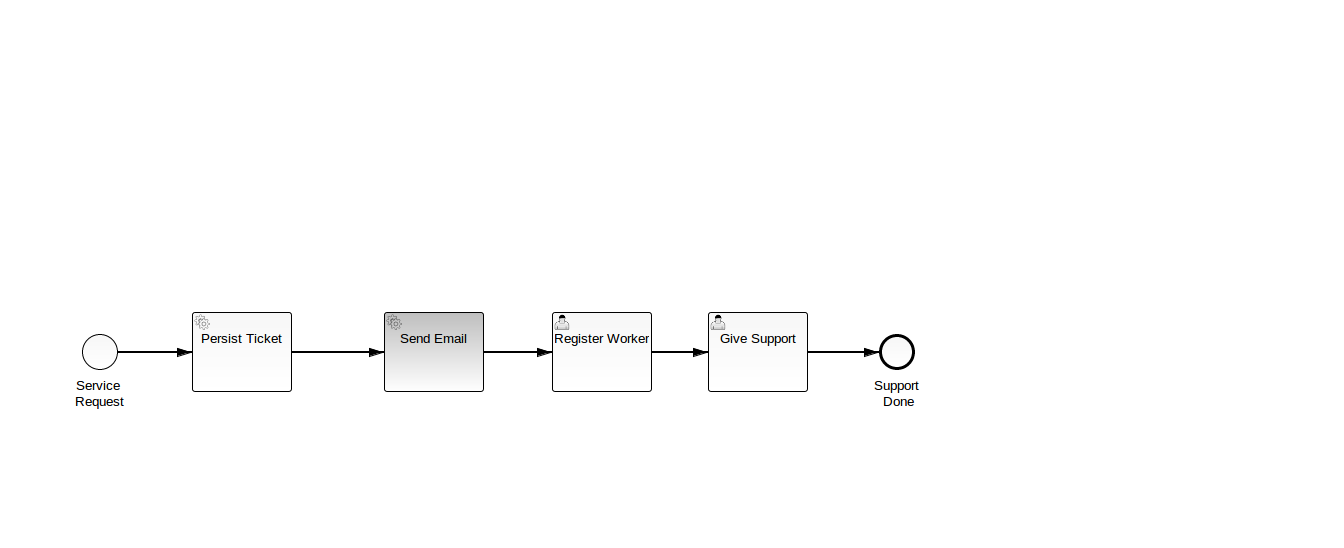
Earlier version of the BPMN export it-support/src/main/resources/it-support.png (timmornYE/modeling-it_support). Its source is kept beside it as it-support/src/main/resources/it-support.bpmn. Ids are renumbered.
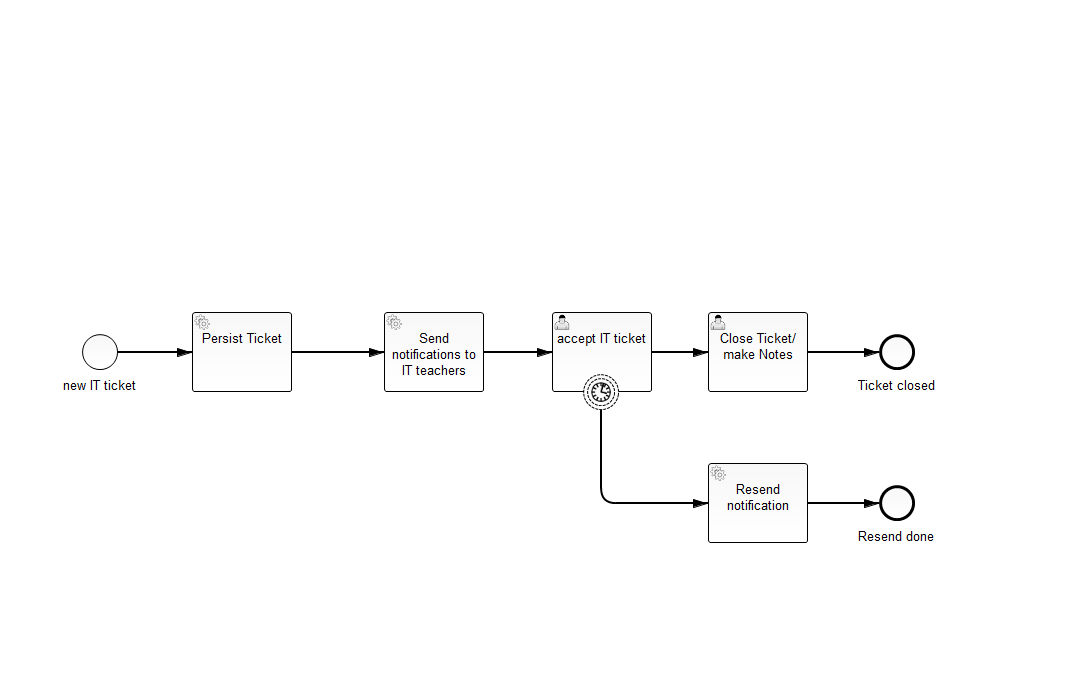
Above is the later version.

What changed in the source:
```diff
@@ -1,38 +1,53 @@
 <bpmn2:definitions xmlns:xsi="http://www.w3.org/2001/XMLSchema-instance" xmlns:bpmn2="http://www.omg.org/spec/BPMN/20100524/MODEL" xmlns:bpmndi="http://www.omg.org/spec/BPMN/20100524/DI" xmlns:camunda="http://activiti.org/bpmn" xmlns:dc="http://www.omg.org/spec/DD/20100524/DC" xmlns:di="http://www.omg.org/spec/DD/20100524/DI" xsi:schemaLocation="http://www.omg.org/spec/BPMN/20100524/MODEL BPMN20.xsd" id="_QS6rAPosEeSsv_LZm4o_0Q" exporter="camunda modeler" exporterVersion="2.7.0" targetNamespace="http://activiti.org/bpmn">
-  <bpmn2:process id="itSupport" name="IT Support" isExecutable="true">
+  <bpmn2:process id="itSupport" name="IT Support" isExecutable="true" processType="Public">
     <bpmn2:serviceTask id="ServiceTask_1" camunda:expression="${supportBusinessLogic.persistSupportRequest(execution)}" name="Persist Ticket">
       <bpmn2:incoming>SequenceFlow_1</bpmn2:incoming>
       <bpmn2:outgoing>SequenceFlow_3</bpmn2:outgoing>
     </bpmn2:serviceTask>
-    <bpmn2:startEvent id="StartEvent_1" camunda:formKey="app:supportrequest.jsf" name="Service &#xA;Request">
+    <bpmn2:startEvent id="StartEvent_1" camunda:formKey="app:supportrequest.jsf" name="new IT ticket">
       <bpmn2:outgoing>SequenceFlow_1</bpmn2:outgoing>
     </bpmn2:startEvent>
     <bpmn2:sequenceFlow id="SequenceFlow_1" name="" sourceRef="StartEvent_1" targetRef="ServiceTask_1"/>
-    <bpmn2:userTask id="UserTask_1" camunda:formKey="app:registerticket.jsf" name="Register Worker">
+    <bpmn2:userTask id="UserTask_1" camunda:formKey="app:registerticket.jsf" name="accept IT ticket">
       <bpmn2:incoming>SequenceFlow_4</bpmn2:incoming>
       <bpmn2:outgoing>SequenceFlow_5</bpmn2:outgoing>
     </bpmn2:userTask>
-    <bpmn2:serviceTask id="ServiceTask_2" camunda:expression="${supportBusinessLogic.sendRequestForSupporter(execution)}" name="Send Email">
+    <bpmn2:serviceTask id="ServiceTask_2" camunda:expression="${supportBusinessLogic.sendRequestForSupporter(execution)}" name="Send notifications to IT teachers">
       <bpmn2:incoming>SequenceFlow_3</bpmn2:incoming>
       <bpmn2:outgoing>SequenceFlow_4</bpmn2:outgoing>
     </bpmn2:serviceTask>
     <bpmn2:sequenceFlow id="SequenceFlow_3" name="" sourceRef="ServiceTask_1" targetRef="ServiceTask_2"/>
     <bpmn2:sequenceFlow id="SequenceFlow_4" name="" sourceRef="ServiceTask_2" targetRef="UserTask_1"/>
-    <bpmn2:userTask id="UserTask_2" name="Give Support">
+    <bpmn2:userTask id="UserTask_2" name="Close Ticket/make Notes">
       <bpmn2:incoming>SequenceFlow_5</bpmn2:incoming>
       <bpmn2:outgoing>SequenceFlow_6</bpmn2:outgoing>
     </bpmn2:userTask>
     <bpmn2:sequenceFlow id="SequenceFlow_5" name="" sourceRef="UserTask_1" targetRef="UserTask_2"/>
-    <bpmn2:endEvent id="EndEvent_1" name="Support&#xA; Done">
+    <bpmn2:endEvent id="EndEvent_1" name="Ticket closed">
       <bpmn2:incoming>SequenceFlow_6</bpmn2:incoming>
     </bpmn2:endEvent>
     <bpmn2:sequenceFlow id="SequenceFlow_6" name="" sourceRef="UserTask_2" targetRef="EndEvent_1"/>
+    <bpmn2:boundaryEvent id="BoundaryEvent_1" name="" attachedToRef="UserTask_1" cancelActivity="false">
+      <bpmn2:outgoing>SequenceFlow_2</bpmn2:outgoing>
+      <bpmn2:timerEventDefinition id="TimerEventDefinition_1">
+        <bpmn2:timeCycle xsi:type="bpmn2:tFormalExpression">R4/P0DT0H0M10S</bpmn2:timeCycle>
+      </bpmn2:timerEventDefinition>
+    </bpmn2:boundaryEvent>
+    <bpmn2:serviceTask id="ServiceTask_3" camunda:expression="${supportBusinessLogic.sendRequestForSupporter(execution)}" name="Resend notification">
+      <bpmn2:incoming>SequenceFlow_2</bpmn2:incoming>
+      <bpmn2:outgoing>SequenceFlow_7</bpmn2:outgoing>
+    </bpmn2:serviceTask>
+    <bpmn2:sequenceFlow id="SequenceFlow_2" name="" sourceRef="BoundaryEvent_1" targetRef="ServiceTask_3"/>
+    <bpmn2:sequenceFlow id="SequenceFlow_7" name="" sourceRef="ServiceTask_3" targetRef="EndEvent_2"/>
+    <bpmn2:endEvent id="EndEvent_2" name="Resend done">
+      <bpmn2:incoming>SequenceFlow_7</bpmn2:incoming>
+    </bpmn2:endEvent>
   </bpmn2:process>
   <bpmndi:BPMNDiagram id="BPMNDiagram_1">
     <bpmndi:BPMNPlane id="BPMNPlane_1" bpmnElement="itSupport">
       <bpmndi:BPMNShape id="_BPMNShape_StartEvent_2" bpmnElement="StartEvent_1">
         <dc:Bounds height="36.0" width="36.0" x="82.0" y="334.0"/>
-        <bpmndi:BPMNLabel>
+        <bpmndi:BPMNLabel id="BPMNLabel_1">
           <dc:Bounds height="0.0" width="0.0" x="100.0" y="375.0"/>
         </bpmndi:BPMNLabel>
       </bpmndi:BPMNShape>
@@ -42,13 +57,22 @@
       <bpmndi:BPMNShape id="_BPMNShape_UserTask_2" bpmnElement="UserTask_1">
         <dc:Bounds height="80.0" width="100.0" x="552.0" y="312.0"/>
       </bpmndi:BPMNShape>
+      <bpmndi:BPMNShape id="_BPMNShape_ServiceTask_3" bpmnElement="ServiceTask_2">
+        <dc:Bounds height="80.0" width="100.0" x="384.0" y="312.0"/>
+      </bpmndi:BPMNShape>
+      <bpmndi:BPMNShape id="_BPMNShape_UserTask_3" bpmnElement="UserTask_2">
+        <dc:Bounds height="80.0" width="100.0" x="708.0" y="312.0"/>
+      </bpmndi:BPMNShape>
+      <bpmndi:BPMNShape id="_BPMNShape_EndEvent_2" bpmnElement="EndEvent_1">
+        <dc:Bounds height="36.0" width="36.0" x="879.0" y="334.0"/>
+        <bpmndi:BPMNLabel id="BPMNLabel_2">
+          <dc:Bounds height="0.0" width="0.0" x="897.0" y="375.0"/>
+        </bpmndi:BPMNLabel>
+      </bpmndi:BPMNShape>
       <bpmndi:BPMNEdge id="BPMNEdge_SequenceFlow_1" bpmnElement="SequenceFlow_1" sourceElement="_BPMNShape_StartEvent_2" targetElement="_BPMNShape_ServiceTask_2">
         <di:waypoint xsi:type="dc:Point" x="118.0" y="352.0"/>
         <di:waypoint xsi:type="dc:Point" x="192.0" y="352.0"/>
       </bpmndi:BPMNEdge>
-      <bpmndi:BPMNShape id="_BPMNShape_ServiceTask_3" bpmnElement="ServiceTask_2">
-        <dc:Bounds height="80.0" width="100.0" x="384.0" y="312.0"/>
-      </bpmndi:BPMNShape>
       <bpmndi:BPMNEdge id="BPMNEdge_SequenceFlow_3" bpmnElement="SequenceFlow_3" sourceElement="_BPMNShape_ServiceTask_2" targetElement="_BPMNShape_ServiceTask_3">
         <di:waypoint xsi:type="dc:Point" x="292.0" y="352.0"/>
         <di:waypoint xsi:type="dc:Point" x="384.0" y="352.0"/>
@@ -57,23 +81,38 @@
         <di:waypoint xsi:type="dc:Point" x="484.0" y="352.0"/>
         <di:waypoint xsi:type="dc:Point" x="552.0" y="352.0"/>
       </bpmndi:BPMNEdge>
-      <bpmndi:BPMNShape id="_BPMNShape_UserTask_3" bpmnElement="UserTask_2">
-        <dc:Bounds height="80.0" width="100.0" x="708.0" y="312.0"/>
-      </bpmndi:BPMNShape>
       <bpmndi:BPMNEdge id="BPMNEdge_SequenceFlow_5" bpmnElement="SequenceFlow_5" sourceElement="_BPMNShape_UserTask_2" targetElement="_BPMNShape_UserTask_3">
         <di:waypoint xsi:type="dc:Point" x="652.0" y="352.0"/>
         <di:waypoint xsi:type="dc:Point" x="708.0" y="352.0"/>
       </bpmndi:BPMNEdge>
-      <bpmndi:BPMNShape id="_BPMNShape_EndEvent_2" bpmnElement="EndEvent_1">
-        <dc:Bounds height="36.0" width="36.0" x="879.0" y="334.0"/>
-        <bpmndi:BPMNLabel>
-          <dc:Bounds height="0.0" width="0.0" x="897.0" y="375.0"/>
-        </bpmndi:BPMNLabel>
-      </bpmndi:BPMNShape>
       <bpmndi:BPMNEdge id="BPMNEdge_SequenceFlow_6" bpmnElement="SequenceFlow_6" sourceElement="_BPMNShape_UserTask_3" targetElement="_BPMNShape_EndEvent_2">
         <di:waypoint xsi:type="dc:Point" x="808.0" y="352.0"/>
         <di:waypoint xsi:type="dc:Point" x="879.0" y="352.0"/>
       </bpmndi:BPMNEdge>
+      <bpmndi:BPMNShape id="_BPMNShape_BoundaryEvent_2" bpmnElement="BoundaryEvent_1">
+        <dc:Bounds height="36.0" width="36.0" x="583.0" y="374.0"/>
+      </bpmndi:BPMNShape>
+      <bpmndi:BPMNShape id="_BPMNShape_ServiceTask_4" bpmnElement="ServiceTask_3">
+        <dc:Bounds height="80.0" width="100.0" x="708.0" y="463.0"/>
+      </bpmndi:BPMNShape>
+      <bpmndi:BPMNEdge id="BPMNEdge_SequenceFlow_2" bpmnElement="SequenceFlow_2" sourceElement="_BPMNShape_BoundaryEvent_2" targetElement="_BPMNShape_ServiceTask_4">
+        <di:waypoint xsi:type="dc:Point" x="601.0" y="410.0"/>
+        <di:waypoint xsi:type="dc:Point" x="601.0" y="503.0"/>
+        <di:waypoint xsi:type="dc:Point" x="708.0" y="503.0"/>
+      </bpmndi:BPMNEdge>
+      <bpmndi:BPMNShape id="_BPMNShape_EndEvent_3" bpmnElement="EndEvent_2">
+        <dc:Bounds height="36.0" width="36.0" x="879.0" y="485.0"/>
+        <bpmndi:BPMNLabel>
+          <dc:Bounds height="0.0" width="0.0" x="897.0" y="526.0"/>
+        </bpmndi:BPMNLabel>
+      </bpmndi:BPMNShape>
+      <bpmndi:BPMNEdge id="BPMNEdge_SequenceFlow_7" bpmnElement="SequenceFlow_7" sourceElement="_BPMNShape_ServiceTask_4" targetElement="_BPMNShape_EndEvent_3">
+        <di:waypoint xsi:type="dc:Point" x="808.0" y="503.0"/>
+        <di:waypoint xsi:type="dc:Point" x="879.0" y="503.0"/>
+        <bpmndi:BPMNLabel>
+          <dc:Bounds height="6.0" width="6.0" x="830.0" y="503.0"/>
+        </bpmndi:BPMNLabel>
+      </bpmndi:BPMNEdge>
     </bpmndi:BPMNPlane>
   </bpmndi:BPMNDiagram>
 </bpmn2:definitions>
```
